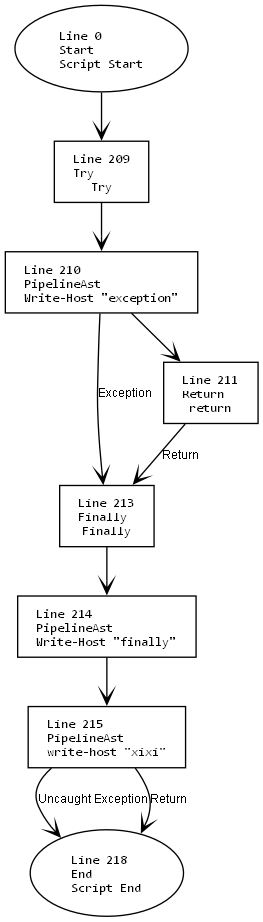
Before: in/in.png, a diagram exported from Graphviz (mine41/deob). Its source is kept beside it as in/in.dot.
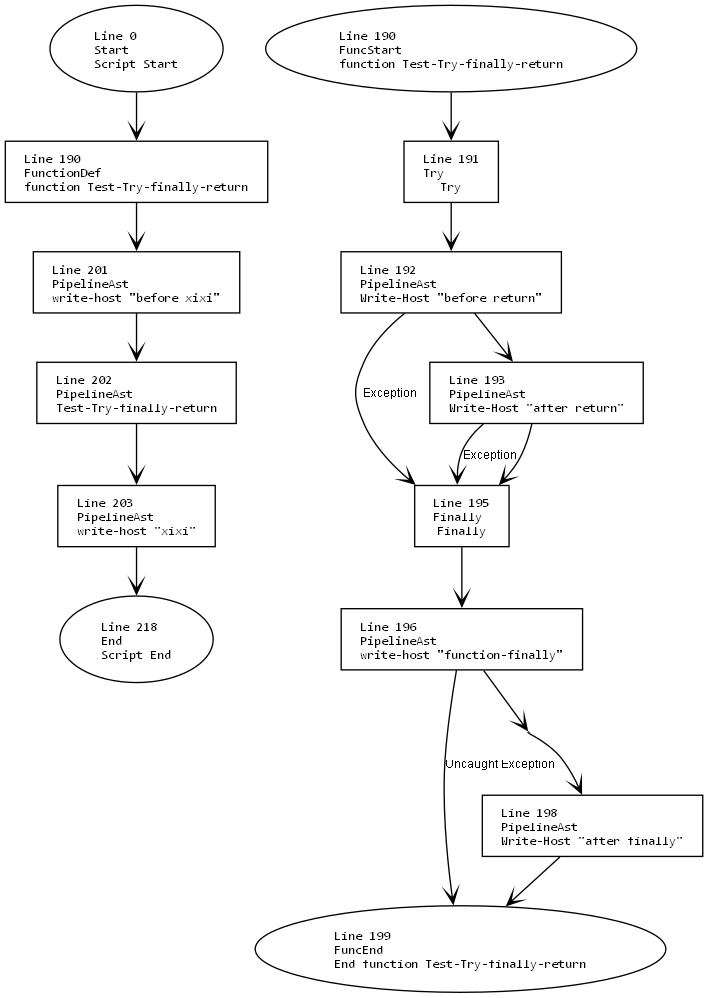
The same diagram one commit later.

The edit, as a diff of the source:
```diff
@@ -12,20 +12,34 @@
 
     1 [label="Line 0\lStart\lScript Start", shape=oval];
     2 [label="Line 218\lEnd\lScript End", shape=oval];
-    3 [label="Line 209\lTry\lTry", shape=box];
-    4 [label="Line 213\lFinally\lFinally", shape=box];
-    5 [label="Line 210\lPipelineAst\lWrite-Host \"exception\"", shape=box];
-    6 [label="Line 211\lReturn\lreturn", shape=box];
-    7 [label="Line 214\lPipelineAst\lWrite-Host \"finally\"", shape=box];
-    8 [label="Line 215\lPipelineAst\lwrite-host \"xixi\"", shape=box];
+    3 [label="Line 190\lFunctionDef\lfunction Test-Try-finally-return", shape=box];
+    4 [label="Line 190\lFuncStart\lfunction Test-Try-finally-return", shape=oval];
+    5 [label="Line 199\lFuncEnd\lEnd function Test-Try-finally-return", shape=oval];
+    6 [label="Line 191\lTry\lTry", shape=box];
+    7 [label="Line 195\lFinally\lFinally", shape=box];
+    8 [label="Line 192\lPipelineAst\lWrite-Host \"before return\"", shape=box];
+    9 [label="Line 193\lPipelineAst\lWrite-Host \"after return\"", shape=box];
+    10 [label="Line 196\lPipelineAst\lwrite-host \"function-finally\"", shape=box];
+    11 [label="Line 197\lMerge\lTry-End", shape=point];
+    12 [label="Line 198\lPipelineAst\lWrite-Host \"after finally\"", shape=box];
+    13 [label="Line 201\lPipelineAst\lwrite-host \"before xixi\"", shape=box];
+    14 [label="Line 202\lPipelineAst\lTest-Try-finally-return", shape=box];
+    15 [label="Line 203\lPipelineAst\lwrite-host \"xixi\"", shape=box];
 
     1 -> 3;
-    3 -> 5;
-    5 -> 6;
-    5 -> 4 [label="Exception"];
-    6 -> 4 [label="Return"];
-    4 -> 7;
-    7 -> 8;
-    8 -> 2 [label="Uncaught Exception"];
-    8 -> 2 [label="Return"];
+    4 -> 6;
+    6 -> 8;
+    8 -> 9;
+    8 -> 7 [label="Exception"];
+    9 -> 7 [label="Exception"];
+    9 -> 7;
+    7 -> 10;
+    10 -> 5 [label="Uncaught Exception"];
+    10 -> 11;
+    11 -> 12;
+    12 -> 5;
+    3 -> 13;
+    13 -> 14;
+    14 -> 15;
+    15 -> 2;
 }
```
